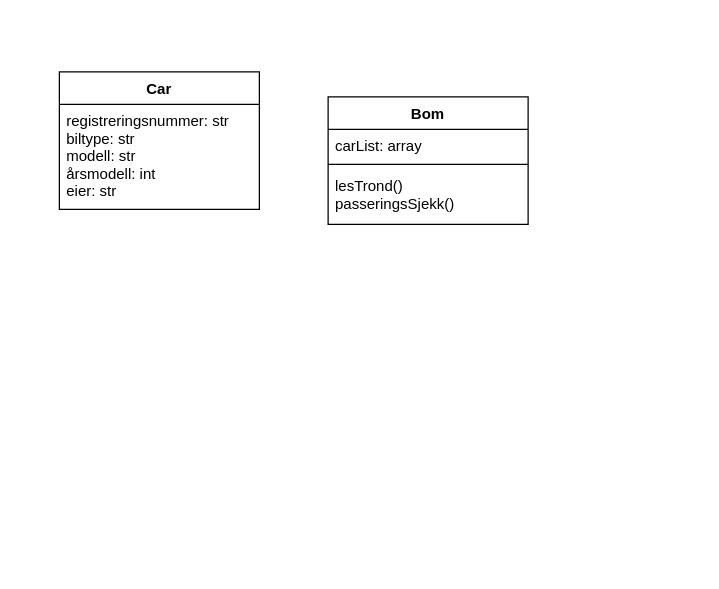
Above: OmmelsGommels.drawio in patootey/trafikksystem (draw.io), before the change. Source tidied: cells renumbered, new cells numbered last; positions are measured from the earlier drawing's top-left corner, leaving out a move shared by most shapes. Both pictures are drawn from the tidied source at 125%, with x=0, y=0 at pixel (59, 71).
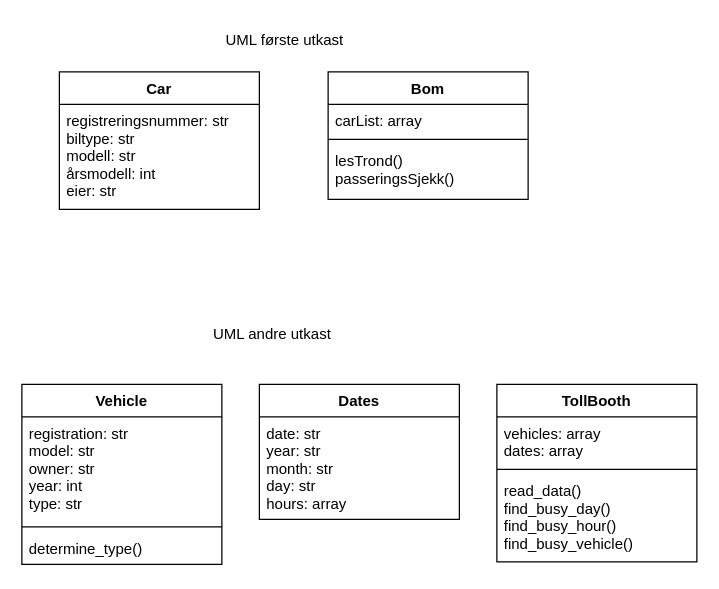
The same diagram, later.

Commit message:
OmmelsGOmmels fak u ladyboybjørn

The edit, as a diff of the source:
```diff
@@
 <mxGraphModel>
   <root>
     <mxCell id="0" />
     <mxCell id="1" parent="0" />
     <mxCell id="2" value="Car" style="swimlane;fontStyle=1;align=center;verticalAlign=top;horizontal=1;startSize=26;" parent="1" vertex="1">
       <mxGeometry width="160" height="110" as="geometry" />
     </mxCell>
     <mxCell id="3" value="registreringsnummer: str&#10;biltype: str&#10;modell: str&#10;årsmodell: int&#10;eier: str" style="text;strokeColor=none;fillColor=none;align=left;verticalAlign=top;spacingLeft=4;spacingRight=4;overflow=hidden;" parent="2" vertex="1">
       <mxGeometry y="26" width="160" height="84" as="geometry" />
     </mxCell>
     <mxCell id="4" value="Bom" style="swimlane;fontStyle=1;align=center;verticalAlign=top;horizontal=1;startSize=26;" parent="1" vertex="1">
-      <mxGeometry x="215" y="20" width="160" height="102" as="geometry" />
+      <mxGeometry x="215" width="160" height="102" as="geometry" />
     </mxCell>
     <mxCell id="5" value="carList: array" style="text;strokeColor=none;fillColor=none;align=left;verticalAlign=top;spacingLeft=4;spacingRight=4;overflow=hidden;" parent="4" vertex="1">
       <mxGeometry y="26" width="160" height="24" as="geometry" />
     </mxCell>
     <mxCell id="6" style="line;strokeWidth=1;fillColor=none;align=left;verticalAlign=middle;spacingTop=-1;spacingLeft=3;spacingRight=3;labelPosition=right;strokeColor=inherit;" parent="4" vertex="1">
       <mxGeometry y="50" width="160" height="8" as="geometry" />
     </mxCell>
     <mxCell id="7" value="lesTrond()&#10;passeringsSjekk()" style="text;strokeColor=none;fillColor=none;align=left;verticalAlign=top;spacingLeft=4;spacingRight=4;overflow=hidden;" parent="4" vertex="1">
       <mxGeometry y="58" width="160" height="44" as="geometry" />
     </mxCell>
+    <mxCell id="8" value="UML første utkast" style="text;html=1;align=center;verticalAlign=middle;strokeColor=none;fillColor=none;" parent="1" vertex="1">
+      <mxGeometry x="120" y="-40" width="120" height="30" as="geometry" />
+    </mxCell>
+    <mxCell id="9" value="UML andre utkast" style="text;html=1;align=center;verticalAlign=middle;strokeColor=none;fillColor=none;" parent="1" vertex="1">
+      <mxGeometry x="110" y="195" width="120" height="30" as="geometry" />
+    </mxCell>
+    <mxCell id="10" value="Vehicle" style="swimlane;fontStyle=1;align=center;verticalAlign=top;horizontal=1;startSize=26;" parent="1" vertex="1">
+      <mxGeometry x="-30" y="250" width="160" height="144" as="geometry" />
+    </mxCell>
+    <mxCell id="11" value="registration: str&#10;model: str&#10;owner: str&#10;year: int&#10;type: str" style="text;strokeColor=none;fillColor=none;align=left;verticalAlign=top;spacingLeft=4;spacingRight=4;overflow=hidden;" parent="10" vertex="1">
+      <mxGeometry y="26" width="160" height="84" as="geometry" />
+    </mxCell>
+    <mxCell id="12" style="line;strokeWidth=1;fillColor=none;align=left;verticalAlign=middle;spacingTop=-1;spacingLeft=3;spacingRight=3;labelPosition=right;strokeColor=inherit;" parent="10" vertex="1">
+      <mxGeometry y="110" width="160" height="8" as="geometry" />
+    </mxCell>
+    <mxCell id="13" value="determine_type()" style="text;strokeColor=none;fillColor=none;align=left;verticalAlign=top;spacingLeft=4;spacingRight=4;overflow=hidden;" parent="10" vertex="1">
+      <mxGeometry y="118" width="160" height="26" as="geometry" />
+    </mxCell>
+    <mxCell id="14" value="Dates" style="swimlane;fontStyle=1;align=center;verticalAlign=top;horizontal=1;startSize=26;" parent="1" vertex="1">
+      <mxGeometry x="160" y="250" width="160" height="108" as="geometry" />
+    </mxCell>
+    <mxCell id="15" value="date: str&#10;year: str&#10;month: str&#10;day: str&#10;hours: array" style="text;strokeColor=none;fillColor=none;align=left;verticalAlign=top;spacingLeft=4;spacingRight=4;overflow=hidden;" parent="14" vertex="1">
+      <mxGeometry y="26" width="160" height="82" as="geometry" />
+    </mxCell>
+    <mxCell id="16" value="TollBooth" style="swimlane;fontStyle=1;align=center;verticalAlign=top;horizontal=1;startSize=26;" parent="1" vertex="1">
+      <mxGeometry x="350" y="250" width="160" height="142" as="geometry" />
+    </mxCell>
+    <mxCell id="17" value="vehicles: array&#10;dates: array" style="text;strokeColor=none;fillColor=none;align=left;verticalAlign=top;spacingLeft=4;spacingRight=4;overflow=hidden;" parent="16" vertex="1">
+      <mxGeometry y="26" width="160" height="38" as="geometry" />
+    </mxCell>
+    <mxCell id="18" style="line;strokeWidth=1;fillColor=none;align=left;verticalAlign=middle;spacingTop=-1;spacingLeft=3;spacingRight=3;labelPosition=right;strokeColor=inherit;" parent="16" vertex="1">
+      <mxGeometry y="64" width="160" height="8" as="geometry" />
+    </mxCell>
+    <mxCell id="19" value="read_data()&#10;find_busy_day()&#10;find_busy_hour()&#10;find_busy_vehicle()" style="text;strokeColor=none;fillColor=none;align=left;verticalAlign=top;spacingLeft=4;spacingRight=4;overflow=hidden;" parent="16" vertex="1">
+      <mxGeometry y="72" width="160" height="70" as="geometry" />
+    </mxCell>
   </root>
 </mxGraphModel>
```
